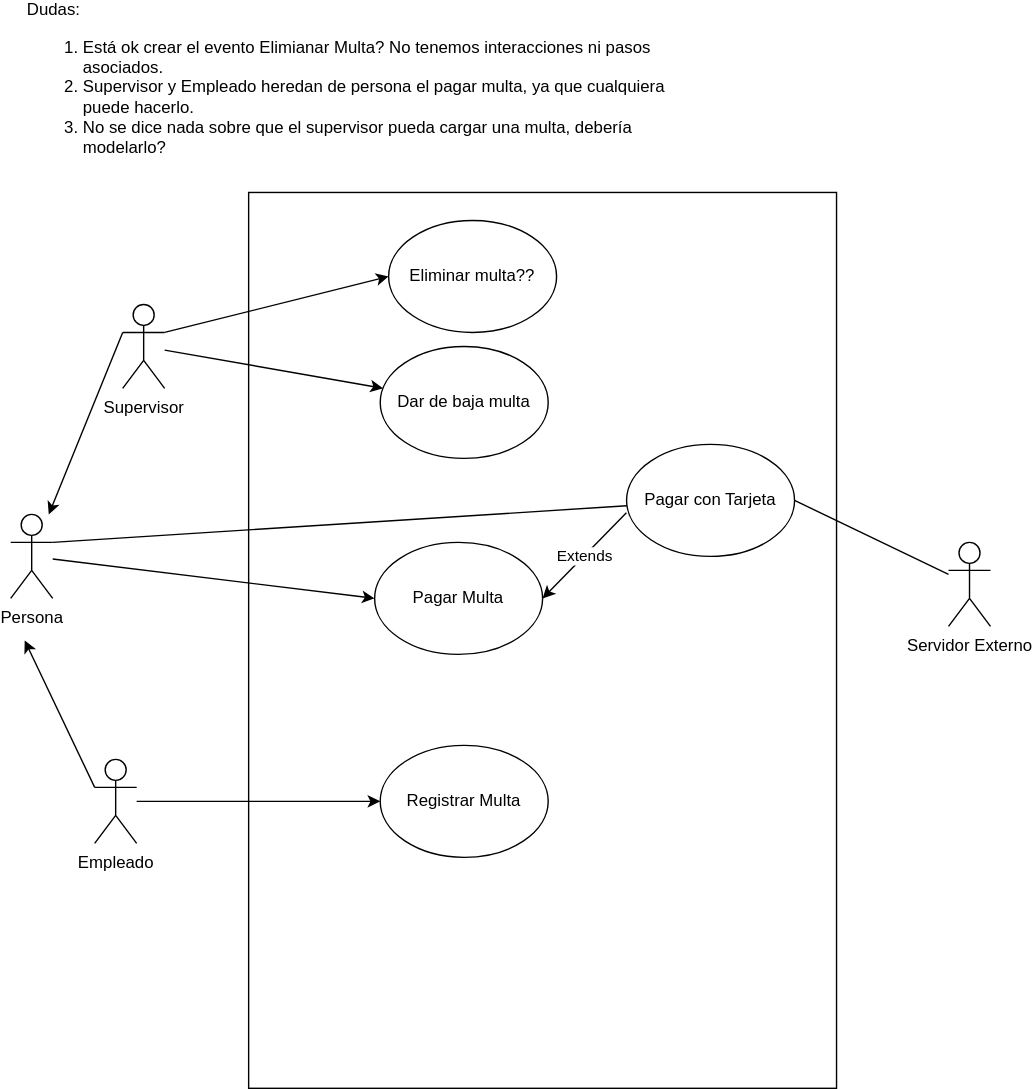
The draw.io diagram SegundaFecha.drawio.svg in juansirai/ING1, before a commit. Source tidied: cells renumbered, new cells last; positions are measured from the earlier drawing's top-left corner, leaving out a move shared by most shapes.
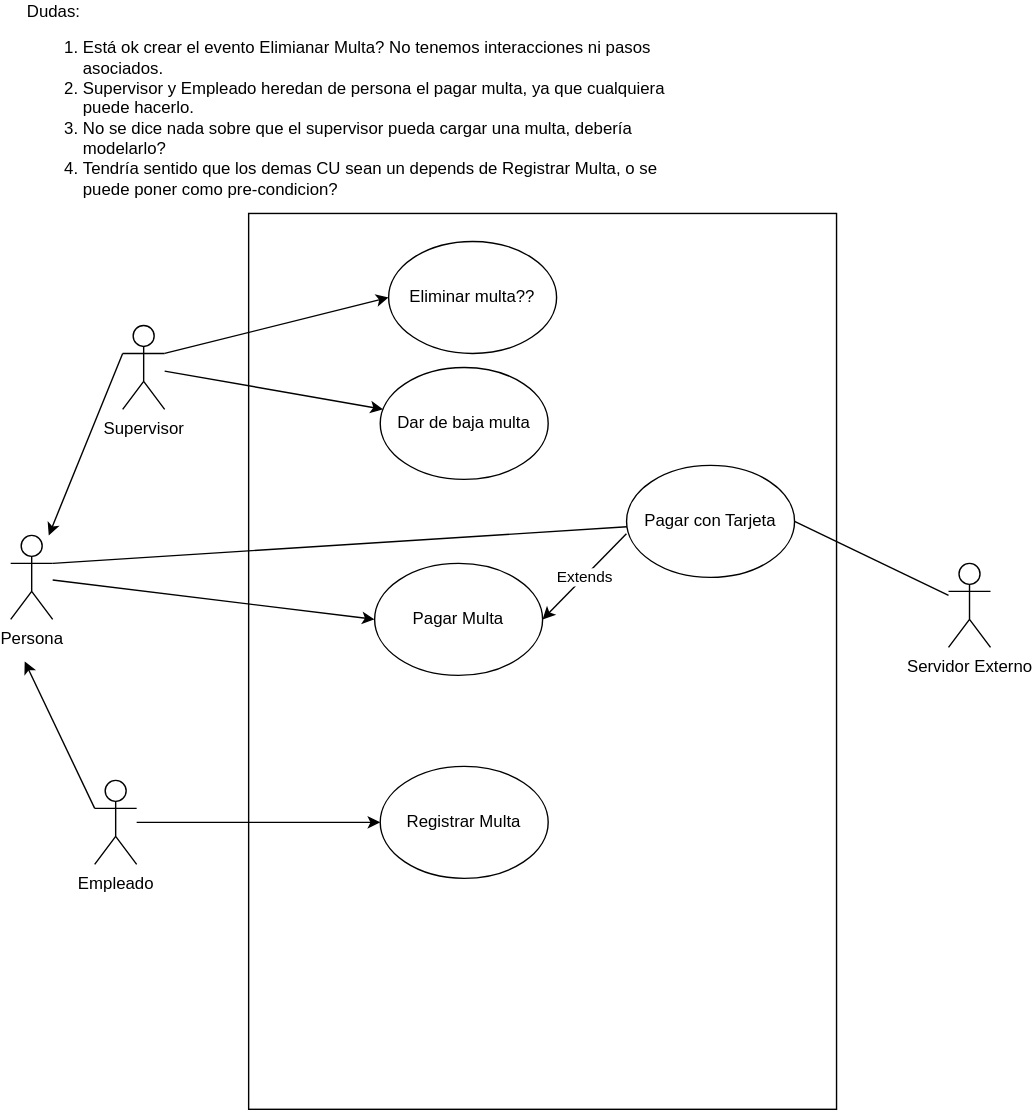
The same diagram one commit later.

What changed in the source:
```diff
@@ -61,7 +61,7 @@
     <mxCell id="20" style="endArrow=classic;html=1;rounded=0;exitX=1;exitY=0.3333333333333333;exitDx=0;exitDy=0;exitPerimeter=0;entryX=0;entryY=0.5;entryDx=0;entryDy=0;" parent="1" edge="1" source="6" target="19">
       <mxGeometry relative="1" as="geometry" />
     </mxCell>
-    <mxCell id="21" value="Dudas:&lt;br&gt;&lt;ol&gt;&lt;li&gt;Está ok crear el evento Elimianar Multa? No tenemos interacciones ni pasos asociados.&lt;/li&gt;&lt;li&gt;Supervisor y Empleado heredan de persona el pagar multa, ya que cualquiera puede hacerlo.&lt;/li&gt;&lt;li&gt;No se dice nada sobre que el supervisor pueda cargar una multa, debería modelarlo?&lt;/li&gt;&lt;/ol&gt;" style="text;html=1;align=left;verticalAlign=middle;whiteSpace=wrap;rounded=0;" parent="1" vertex="1">
+    <mxCell id="21" value="Dudas:&lt;br&gt;&lt;ol&gt;&lt;li&gt;Está ok crear el evento Elimianar Multa? No tenemos interacciones ni pasos asociados.&lt;/li&gt;&lt;li&gt;Supervisor y Empleado heredan de persona el pagar multa, ya que cualquiera puede hacerlo.&lt;/li&gt;&lt;li&gt;No se dice nada sobre que el supervisor pueda cargar una multa, debería modelarlo?&lt;/li&gt;&lt;li&gt;Tendría sentido que los demas CU sean un depends de Registrar Multa, o se puede poner como pre-condicion?&lt;/li&gt;&lt;/ol&gt;" style="text;html=1;align=left;verticalAlign=middle;whiteSpace=wrap;rounded=0;" parent="1" vertex="1">
       <mxGeometry x="10" width="470" height="70" as="geometry" />
     </mxCell>
   </root>
```
